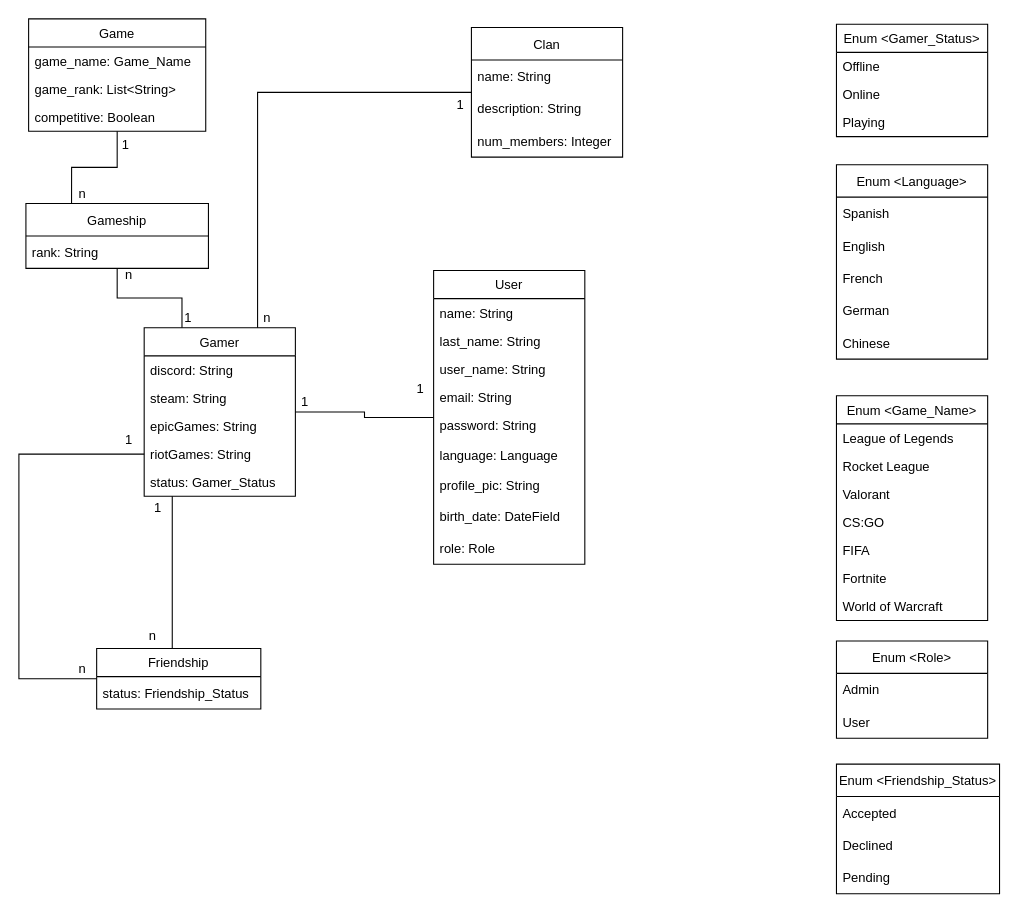
This is Documentación/UML.drawio from javmarjae/TFG, a draw.io file, before an edit. Source tidied: cells renumbered, new cells numbered last; positions are measured from the earlier drawing's top-left corner, leaving out a move shared by most shapes. Both pictures are drawn from the tidied source at 108%, with x=0, y=0 at pixel (18, 18).
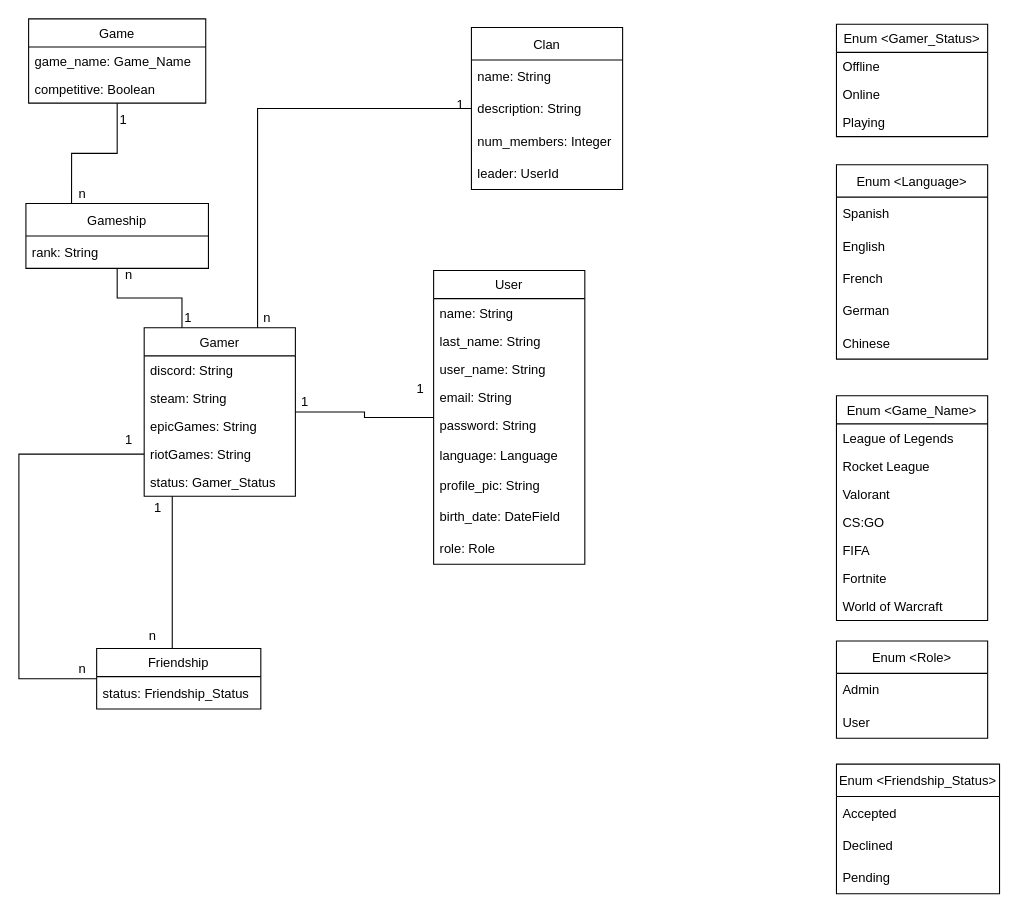
The same diagram, later.

What changed in the source:
```diff
@@
     <mxCell id="13" value="Game" style="swimlane;fontStyle=0;horizontal=1;startSize=26;fillColor=none;" parent="1" vertex="1">
-      <mxGeometry x="9" width="164" height="104" as="geometry" />
+      <mxGeometry x="9" width="164" height="78" as="geometry" />
     </mxCell>
@@
-    <mxCell id="15" value="game_rank: List&lt;String&gt;" style="text;strokeColor=none;fillColor=none;align=left;verticalAlign=top;spacingLeft=4;spacingRight=4;overflow=hidden;" parent="13" vertex="1">
-      <mxGeometry y="52" width="164" height="26" as="geometry" />
-    </mxCell>
     <mxCell id="16" value="competitive: Boolean&#10;" style="text;strokeColor=none;fillColor=none;align=left;verticalAlign=top;spacingLeft=4;spacingRight=4;overflow=hidden;" parent="13" vertex="1">
-      <mxGeometry y="78" width="164" height="26" as="geometry" />
+      <mxGeometry y="52" width="164" height="26" as="geometry" />
     </mxCell>
@@
     <mxCell id="37" value="Clan" style="swimlane;fontStyle=0;horizontal=1;startSize=30;" parent="1" vertex="1">
-      <mxGeometry x="419" y="8" width="140" height="120" as="geometry" />
+      <mxGeometry x="419" y="8" width="140" height="150" as="geometry" />
     </mxCell>
@@
+    <mxCell id="73" value="leader: UserId" style="text;strokeColor=none;fillColor=none;align=left;verticalAlign=middle;spacingLeft=4;spacingRight=4;overflow=hidden;" parent="37" vertex="1">
+      <mxGeometry y="120" width="140" height="30" as="geometry" />
+    </mxCell>
@@
     <mxCell id="67" value="1" style="text;html=1;strokeColor=none;fillColor=none;align=center;verticalAlign=middle;whiteSpace=wrap;rounded=0;" parent="1" vertex="1">
-      <mxGeometry x="69" y="102" width="60" height="30" as="geometry" />
+      <mxGeometry x="67" y="79" width="60" height="30" as="geometry" />
     </mxCell>
```
